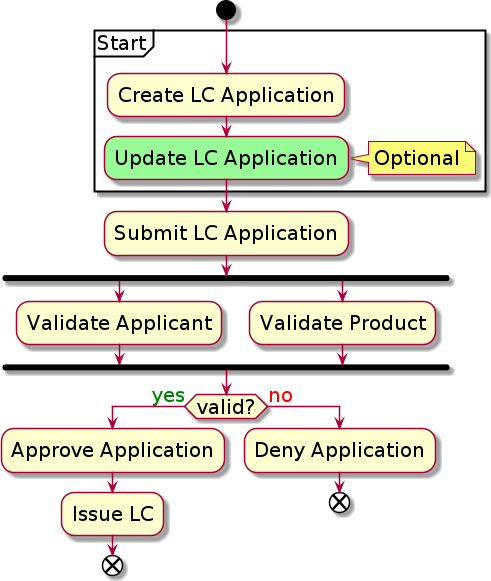
Above: images/command-flow.png in ddd-book-java/prem-website (PlantUML), before the change.
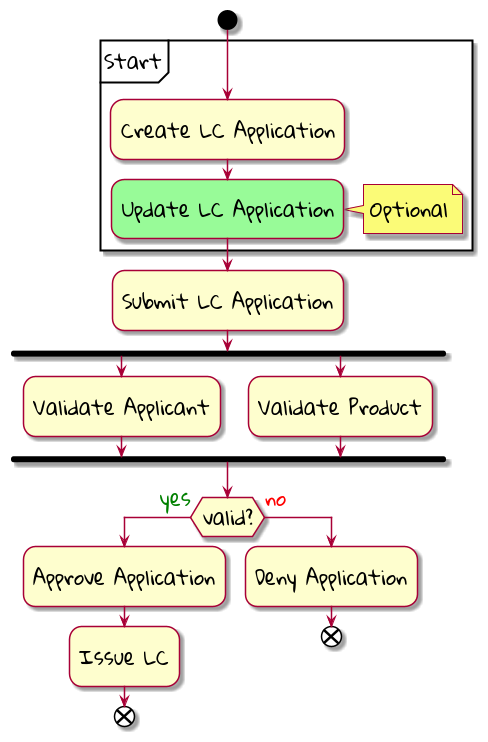
After the change.

What changed in the source:
```diff
@@ -1,10 +1,6 @@
 @startuml
-<style>
-    ActivityDiagram {
-        FontName "Gloria Hallelujah"
-        FontSize 20
-    }
-</style>
+skinparam defaultFontName "Gloria Hallelujah"
+skinparam defaultFontSize 20
 start
 partition Start {
 :Create LC Application;
```
